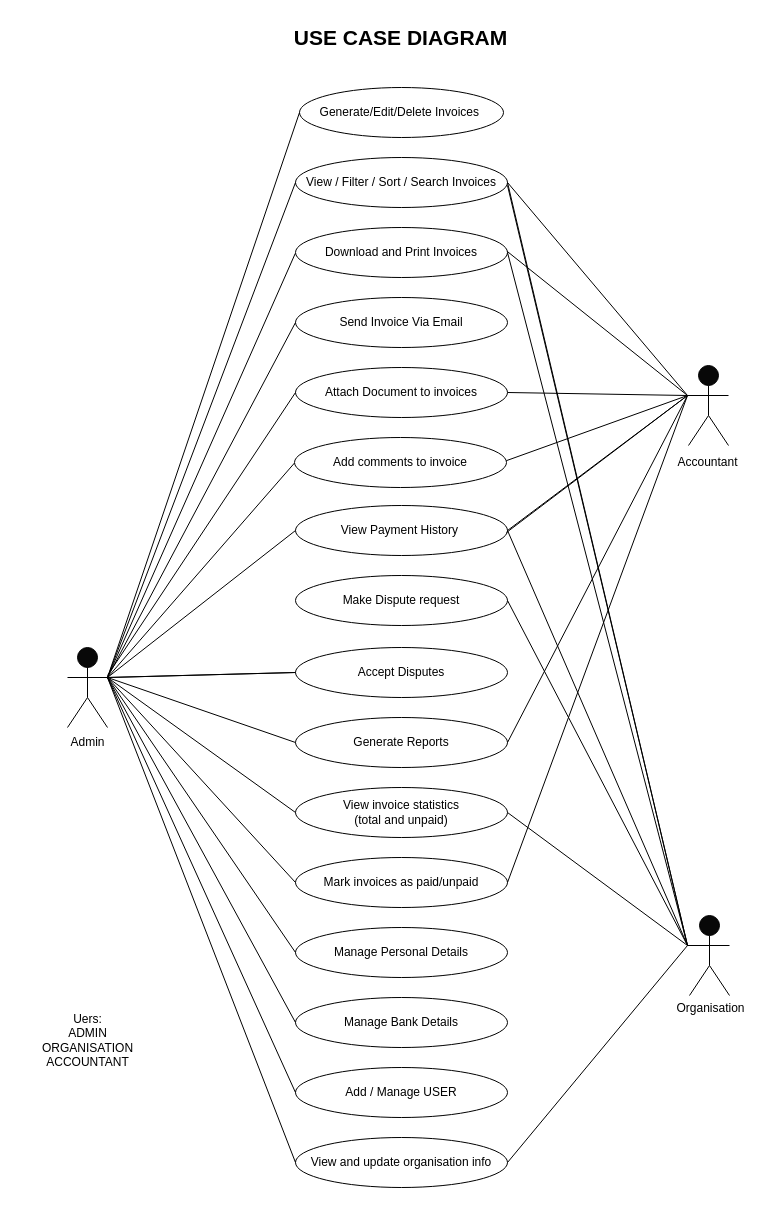
Earlier version of the draw.io diagram Untitled Diagram.drawio (neilnicky/Invoice-Management-System). Source tidied: cells renumbered, new cells numbered last; positions are measured from the earlier drawing's top-left corner, leaving out a move shared by most shapes. Both pictures are drawn from the tidied source at 100%, with x=0, y=0 at pixel (32, 17).
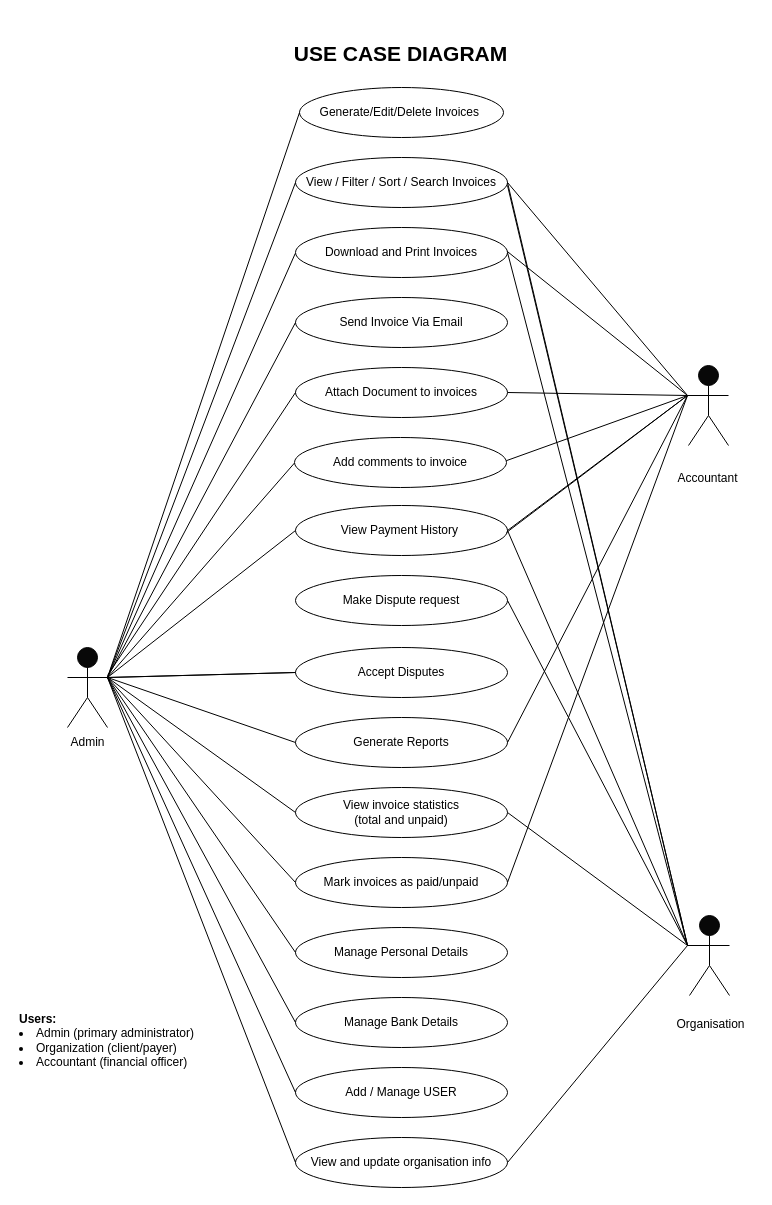
The same diagram, later.

What changed in the source:
```diff
@@
     <mxCell id="19" value="&lt;font style=&quot;font-size: 21px;&quot;&gt;&lt;b&gt;USE CASE DIAGRAM&lt;/b&gt;&lt;/font&gt;" style="text;html=1;align=center;verticalAlign=middle;strokeColor=none;fillColor=none;" parent="1" vertex="1">
-      <mxGeometry x="248" width="240" height="40" as="geometry" />
+      <mxGeometry x="248" y="16" width="240" height="40" as="geometry" />
     </mxCell>
@@
     <mxCell id="35" value="Organisation" style="text;html=1;align=center;verticalAlign=middle;strokeColor=none;fillColor=none;" parent="1" vertex="1">
-      <mxGeometry x="633" y="976" width="90" height="30" as="geometry" />
+      <mxGeometry x="633" y="992" width="90" height="30" as="geometry" />
     </mxCell>
     <mxCell id="36" value="Accountant" style="text;html=1;align=center;verticalAlign=middle;strokeColor=none;fillColor=none;" parent="1" vertex="1">
-      <mxGeometry x="635" y="430" width="80" height="30" as="geometry" />
+      <mxGeometry x="635" y="446" width="80" height="30" as="geometry" />
     </mxCell>
@@
-    <mxCell id="69" value="Uers:&lt;div&gt;ADMIN&lt;/div&gt;&lt;div&gt;ORGANISATION&lt;br&gt;ACCOUNTANT&lt;/div&gt;" style="text;html=1;align=center;verticalAlign=middle;strokeColor=none;fillColor=none;" parent="1" vertex="1">
-      <mxGeometry y="988" width="110" height="70" as="geometry" />
+    <mxCell id="69" value="&lt;b&gt;Users:&lt;/b&gt;&lt;div&gt;&lt;li class=&quot;whitespace-normal break-words&quot;&gt;Admin (primary administrator)&lt;/li&gt;&lt;li class=&quot;whitespace-normal break-words&quot;&gt;Organization (client/payer)&lt;/li&gt;&lt;li class=&quot;whitespace-normal break-words&quot;&gt;Accountant (financial officer)&lt;/li&gt;&lt;/div&gt;" style="text;html=1;align=left;verticalAlign=middle;strokeColor=none;fillColor=none;" parent="1" vertex="1">
+      <mxGeometry x="-15" y="988" width="190" height="70" as="geometry" />
     </mxCell>
```
